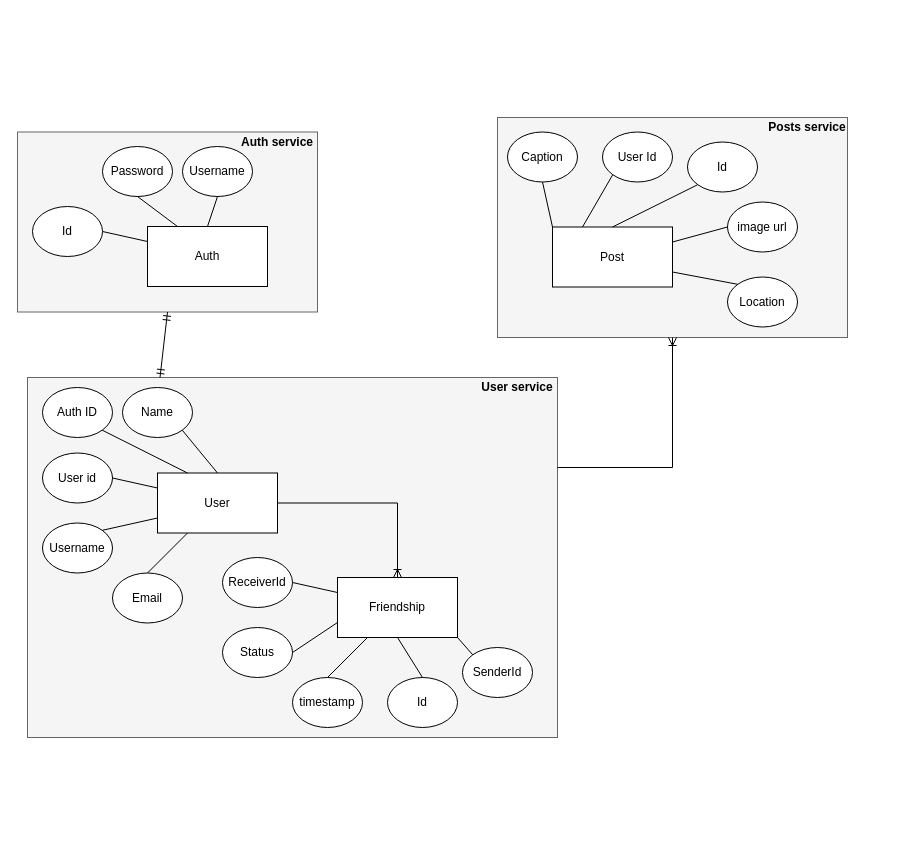
This is socio.drawio from meethariya/Socio, a draw.io file, before an edit. Source tidied: cells renumbered, new cells numbered last; positions are measured from the earlier drawing's top-left corner, leaving out a move shared by most shapes. Both pictures are drawn from the tidied source at 100%, with x=0, y=0 at pixel (17, 117).
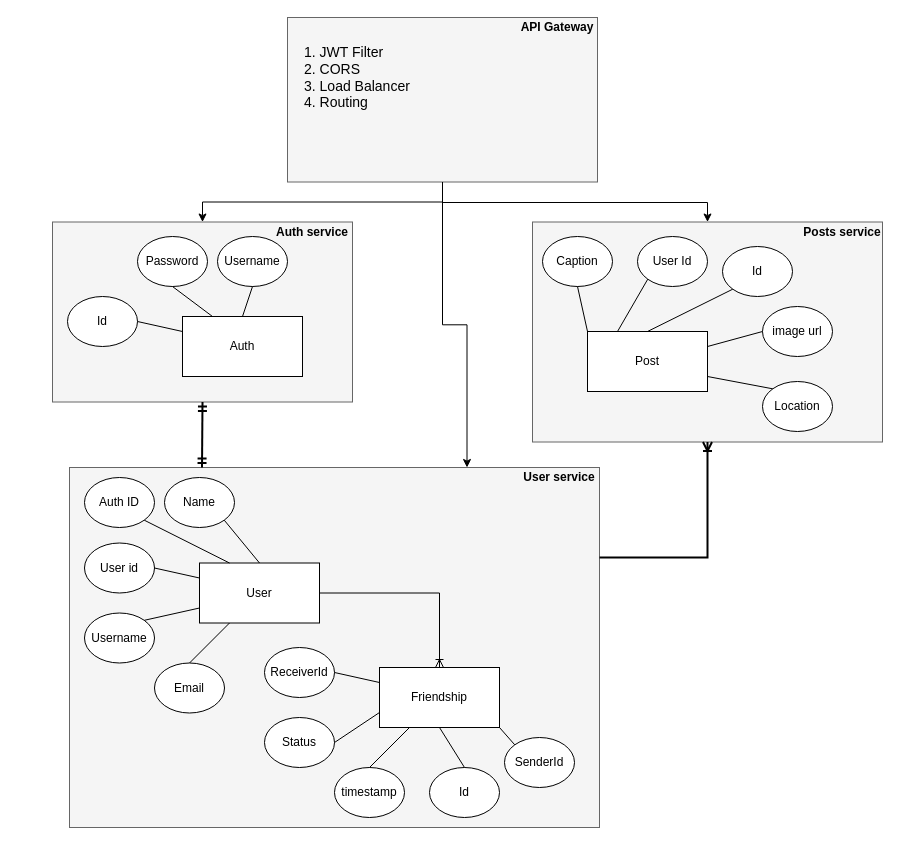
After the change.

Change to the diagram source:
```diff
@@
     <mxCell id="2" style="rounded=0;whiteSpace=wrap;html=1;fillColor=#f5f5f5;fontColor=#333333;strokeColor=#666666;" parent="1" vertex="1">
-      <mxGeometry x="480" width="350" height="220" as="geometry" />
+      <mxGeometry x="515" y="104.5" width="350" height="220" as="geometry" />
     </mxCell>
     <mxCell id="3" style="rounded=0;whiteSpace=wrap;html=1;fillColor=#f5f5f5;fontColor=#333333;strokeColor=#666666;" parent="1" vertex="1">
-      <mxGeometry y="14.5" width="300" height="180" as="geometry" />
+      <mxGeometry x="35" y="104.5" width="300" height="180" as="geometry" />
     </mxCell>
     <mxCell id="4" style="rounded=0;whiteSpace=wrap;html=1;fillColor=#f5f5f5;strokeColor=#666666;fontColor=#333333;" parent="1" vertex="1">
-      <mxGeometry x="10" y="260" width="530" height="360" as="geometry" />
+      <mxGeometry x="52" y="350" width="530" height="360" as="geometry" />
     </mxCell>
     <mxCell id="5" value="User" style="rounded=0;whiteSpace=wrap;html=1;" parent="1" vertex="1">
-      <mxGeometry x="140" y="355.5" width="120" height="60" as="geometry" />
+      <mxGeometry x="182" y="445.5" width="120" height="60" as="geometry" />
     </mxCell>
     <mxCell id="6" value="User id" style="ellipse;whiteSpace=wrap;html=1;" parent="1" vertex="1">
-      <mxGeometry x="25" y="335.5" width="70" height="50" as="geometry" />
+      <mxGeometry x="67" y="425.5" width="70" height="50" as="geometry" />
     </mxCell>
     <mxCell id="7" value="Username" style="ellipse;whiteSpace=wrap;html=1;" parent="1" vertex="1">
-      <mxGeometry x="25" y="405.5" width="70" height="50" as="geometry" />
+      <mxGeometry x="67" y="495.5" width="70" height="50" as="geometry" />
     </mxCell>
     <mxCell id="8" value="Email" style="ellipse;whiteSpace=wrap;html=1;" parent="1" vertex="1">
-      <mxGeometry x="95" y="455.5" width="70" height="50" as="geometry" />
+      <mxGeometry x="137" y="545.5" width="70" height="50" as="geometry" />
     </mxCell>
     <mxCell id="9" value="Auth ID" style="ellipse;whiteSpace=wrap;html=1;" parent="1" vertex="1">
-      <mxGeometry x="25" y="270" width="70" height="50" as="geometry" />
+      <mxGeometry x="67" y="360" width="70" height="50" as="geometry" />
     </mxCell>
     <mxCell id="10" value="Name" style="ellipse;whiteSpace=wrap;html=1;" parent="1" vertex="1">
-      <mxGeometry x="105" y="270" width="70" height="50" as="geometry" />
+      <mxGeometry x="147" y="360" width="70" height="50" as="geometry" />
     </mxCell>
@@
     <mxCell id="16" value="Post" style="rounded=0;whiteSpace=wrap;html=1;" parent="1" vertex="1">
-      <mxGeometry x="535" y="109.5" width="120" height="60" as="geometry" />
+      <mxGeometry x="570" y="214" width="120" height="60" as="geometry" />
     </mxCell>
     <mxCell id="17" value="Caption" style="ellipse;whiteSpace=wrap;html=1;" parent="1" vertex="1">
-      <mxGeometry x="490" y="14.5" width="70" height="50" as="geometry" />
+      <mxGeometry x="525" y="119" width="70" height="50" as="geometry" />
     </mxCell>
     <mxCell id="18" value="Location" style="ellipse;whiteSpace=wrap;html=1;" parent="1" vertex="1">
-      <mxGeometry x="710" y="159.5" width="70" height="50" as="geometry" />
+      <mxGeometry x="745" y="264" width="70" height="50" as="geometry" />
     </mxCell>
     <mxCell id="19" value="image url" style="ellipse;whiteSpace=wrap;html=1;" parent="1" vertex="1">
-      <mxGeometry x="710" y="84.5" width="70" height="50" as="geometry" />
+      <mxGeometry x="745" y="189" width="70" height="50" as="geometry" />
     </mxCell>
     <mxCell id="20" value="User Id" style="ellipse;whiteSpace=wrap;html=1;" parent="1" vertex="1">
-      <mxGeometry x="585" y="14.5" width="70" height="50" as="geometry" />
+      <mxGeometry x="620" y="119" width="70" height="50" as="geometry" />
     </mxCell>
     <mxCell id="21" value="Id" style="ellipse;whiteSpace=wrap;html=1;" parent="1" vertex="1">
-      <mxGeometry x="670" y="24.5" width="70" height="50" as="geometry" />
+      <mxGeometry x="705" y="129" width="70" height="50" as="geometry" />
     </mxCell>
@@
-    <mxCell id="27" style="fontSize=12;html=1;endArrow=ERoneToMany;rounded=0;exitX=1;exitY=0.25;exitDx=0;exitDy=0;entryX=0.5;entryY=1;entryDx=0;entryDy=0;edgeStyle=orthogonalEdgeStyle;" parent="1" edge="1" source="4" target="2">
+    <mxCell id="27" style="fontSize=12;html=1;endArrow=ERoneToMany;rounded=0;exitX=1;exitY=0.25;exitDx=0;exitDy=0;entryX=0.5;entryY=1;entryDx=0;entryDy=0;edgeStyle=orthogonalEdgeStyle;strokeWidth=2;" parent="1" edge="1" source="4" target="2">
       <mxGeometry relative="1" as="geometry" />
     </mxCell>
     <mxCell id="28" value="Auth" style="rounded=0;whiteSpace=wrap;html=1;" parent="1" vertex="1">
-      <mxGeometry x="130" y="109" width="120" height="60" as="geometry" />
+      <mxGeometry x="165" y="199" width="120" height="60" as="geometry" />
     </mxCell>
     <mxCell id="29" value="Id" style="ellipse;whiteSpace=wrap;html=1;" parent="1" vertex="1">
-      <mxGeometry x="15" y="89" width="70" height="50" as="geometry" />
+      <mxGeometry x="50" y="179" width="70" height="50" as="geometry" />
     </mxCell>
     <mxCell id="30" value="Password" style="ellipse;whiteSpace=wrap;html=1;" parent="1" vertex="1">
-      <mxGeometry x="85" y="29" width="70" height="50" as="geometry" />
+      <mxGeometry x="120" y="119" width="70" height="50" as="geometry" />
     </mxCell>
     <mxCell id="31" value="Username" style="ellipse;whiteSpace=wrap;html=1;" parent="1" vertex="1">
-      <mxGeometry x="165" y="29" width="70" height="50" as="geometry" />
+      <mxGeometry x="200" y="119" width="70" height="50" as="geometry" />
     </mxCell>
@@
-    <mxCell id="35" style="fontSize=12;html=1;endArrow=ERmandOne;startArrow=ERmandOne;rounded=0;exitX=0.25;exitY=0;exitDx=0;exitDy=0;entryX=0.5;entryY=1;entryDx=0;entryDy=0;" parent="1" edge="1" source="4" target="3">
+    <mxCell id="35" style="fontSize=12;html=1;endArrow=ERmandOne;startArrow=ERmandOne;rounded=0;exitX=0.25;exitY=0;exitDx=0;exitDy=0;entryX=0.5;entryY=1;entryDx=0;entryDy=0;strokeWidth=2;" parent="1" edge="1" source="4" target="3">
       <mxGeometry relative="1" as="geometry" />
     </mxCell>
     <mxCell id="36" value="Friendship" style="rounded=0;whiteSpace=wrap;html=1;" parent="1" vertex="1">
-      <mxGeometry x="320" y="460" width="120" height="60" as="geometry" />
+      <mxGeometry x="362" y="550" width="120" height="60" as="geometry" />
     </mxCell>
     <mxCell id="37" value="ReceiverId" style="ellipse;whiteSpace=wrap;html=1;" parent="1" vertex="1">
-      <mxGeometry x="205" y="440" width="70" height="50" as="geometry" />
+      <mxGeometry x="247" y="530" width="70" height="50" as="geometry" />
     </mxCell>
     <mxCell id="38" value="Status" style="ellipse;whiteSpace=wrap;html=1;" parent="1" vertex="1">
-      <mxGeometry x="205" y="510" width="70" height="50" as="geometry" />
+      <mxGeometry x="247" y="600" width="70" height="50" as="geometry" />
     </mxCell>
     <mxCell id="39" value="timestamp" style="ellipse;whiteSpace=wrap;html=1;" parent="1" vertex="1">
-      <mxGeometry x="275" y="560" width="70" height="50" as="geometry" />
+      <mxGeometry x="317" y="650" width="70" height="50" as="geometry" />
     </mxCell>
     <mxCell id="40" value="SenderId" style="ellipse;whiteSpace=wrap;html=1;" parent="1" vertex="1">
-      <mxGeometry x="445" y="530" width="70" height="50" as="geometry" />
+      <mxGeometry x="487" y="620" width="70" height="50" as="geometry" />
     </mxCell>
     <mxCell id="41" value="Id" style="ellipse;whiteSpace=wrap;html=1;" parent="1" vertex="1">
-      <mxGeometry x="370" y="560" width="70" height="50" as="geometry" />
+      <mxGeometry x="412" y="650" width="70" height="50" as="geometry" />
     </mxCell>
@@
     <mxCell id="48" value="&lt;b&gt;Auth service&lt;/b&gt;" style="text;html=1;align=center;verticalAlign=middle;whiteSpace=wrap;rounded=0;" parent="1" vertex="1">
-      <mxGeometry x="220" y="14.5" width="80" height="20" as="geometry" />
+      <mxGeometry x="255" y="104.5" width="80" height="20" as="geometry" />
     </mxCell>
     <mxCell id="49" value="&lt;b&gt;Posts service&lt;/b&gt;" style="text;html=1;align=center;verticalAlign=middle;whiteSpace=wrap;rounded=0;" parent="1" vertex="1">
-      <mxGeometry x="750" width="80" height="20" as="geometry" />
+      <mxGeometry x="785" y="104.5" width="80" height="20" as="geometry" />
     </mxCell>
     <mxCell id="50" value="&lt;b&gt;User service&lt;/b&gt;" style="text;html=1;align=center;verticalAlign=middle;whiteSpace=wrap;rounded=0;" parent="1" vertex="1">
-      <mxGeometry x="460" y="260" width="80" height="20" as="geometry" />
+      <mxGeometry x="502" y="350" width="80" height="20" as="geometry" />
     </mxCell>
+    <mxCell id="51" style="edgeStyle=orthogonalEdgeStyle;rounded=0;jettySize=auto;html=1;entryX=0.5;entryY=0;entryDx=0;entryDy=0;" parent="1" edge="1" source="53" target="3">
+      <mxGeometry relative="1" as="geometry" />
+    </mxCell>
+    <mxCell id="52" style="edgeStyle=orthogonalEdgeStyle;rounded=0;jettySize=auto;html=1;entryX=0.75;entryY=0;entryDx=0;entryDy=0;" parent="1" edge="1" source="53" target="4">
+      <mxGeometry relative="1" as="geometry" />
+    </mxCell>
+    <mxCell id="53" style="rounded=0;whiteSpace=wrap;html=1;fillColor=#f5f5f5;fontColor=#333333;strokeColor=#666666;" parent="1" vertex="1">
+      <mxGeometry x="270" y="-100" width="310" height="164.5" as="geometry" />
+    </mxCell>
+    <mxCell id="54" value="&lt;b&gt;API Gateway&lt;/b&gt;" style="text;html=1;align=center;verticalAlign=middle;whiteSpace=wrap;rounded=0;" parent="1" vertex="1">
+      <mxGeometry x="500" y="-100" width="80" height="20" as="geometry" />
+    </mxCell>
+    <mxCell id="55" style="edgeStyle=orthogonalEdgeStyle;rounded=0;jettySize=auto;html=1;entryX=0.5;entryY=0;entryDx=0;entryDy=0;exitX=0.5;exitY=1;exitDx=0;exitDy=0;" parent="1" edge="1" source="53" target="2">
+      <mxGeometry relative="1" as="geometry">
+        <Array as="points">
+          <mxPoint x="425" y="85" />
+          <mxPoint x="690" y="85" />
+        </Array>
+      </mxGeometry>
+    </mxCell>
+    <mxCell id="56" value="&lt;font style=&quot;font-size: 14px;&quot;&gt;1. JWT Filter&lt;/font&gt;&lt;div&gt;&lt;font style=&quot;font-size: 14px;&quot;&gt;2. CORS&lt;/font&gt;&lt;/div&gt;&lt;div&gt;&lt;font style=&quot;font-size: 14px;&quot;&gt;3. Load Balancer&lt;/font&gt;&lt;/div&gt;&lt;div&gt;&lt;font style=&quot;font-size: 14px;&quot;&gt;4. Routing&lt;/font&gt;&lt;/div&gt;" style="text;html=1;align=left;verticalAlign=top;whiteSpace=wrap;rounded=0;" parent="1" vertex="1">
+      <mxGeometry x="285" y="-80.5" width="285" height="125" as="geometry" />
+    </mxCell>
```
